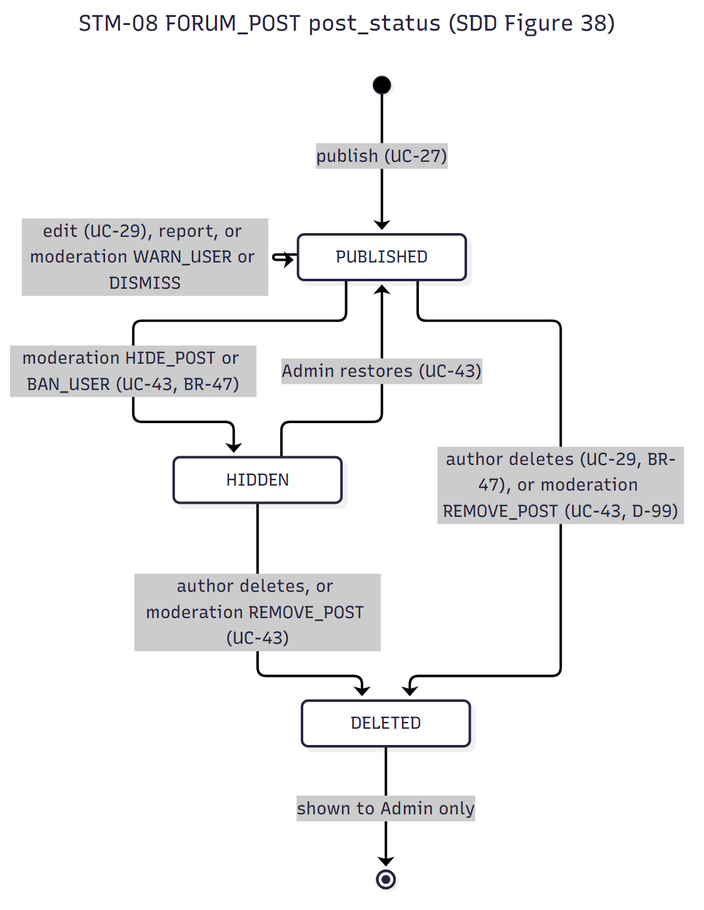
Above: specs/diagrams/state/STM-08_forum_post.png in nguyenluc2411/cryptopilot_project (Mermaid), before the change. Its source is kept beside it as specs/diagrams/state/STM-08_forum_post.mmd. The source it was exported from:
```mermaid
---
title: STM-08 FORUM_POST post_status (SDD Figure 38)
---
stateDiagram-v2
    [*] --> PUBLISHED : publish (UC-27)
    PUBLISHED --> PUBLISHED : edit (UC-29), report, or moderation WARN_USER or DISMISS
    PUBLISHED --> HIDDEN : moderation HIDE_POST or BAN_USER (UC-43, BR-47)
    HIDDEN --> PUBLISHED : Admin restores (UC-43)
    PUBLISHED --> DELETED : author deletes (UC-29, BR-47), or moderation REMOVE_POST (UC-43, D-99)
    HIDDEN --> DELETED : author deletes, or moderation REMOVE_POST (UC-43)
    DELETED --> [*] : shown to Admin only
```
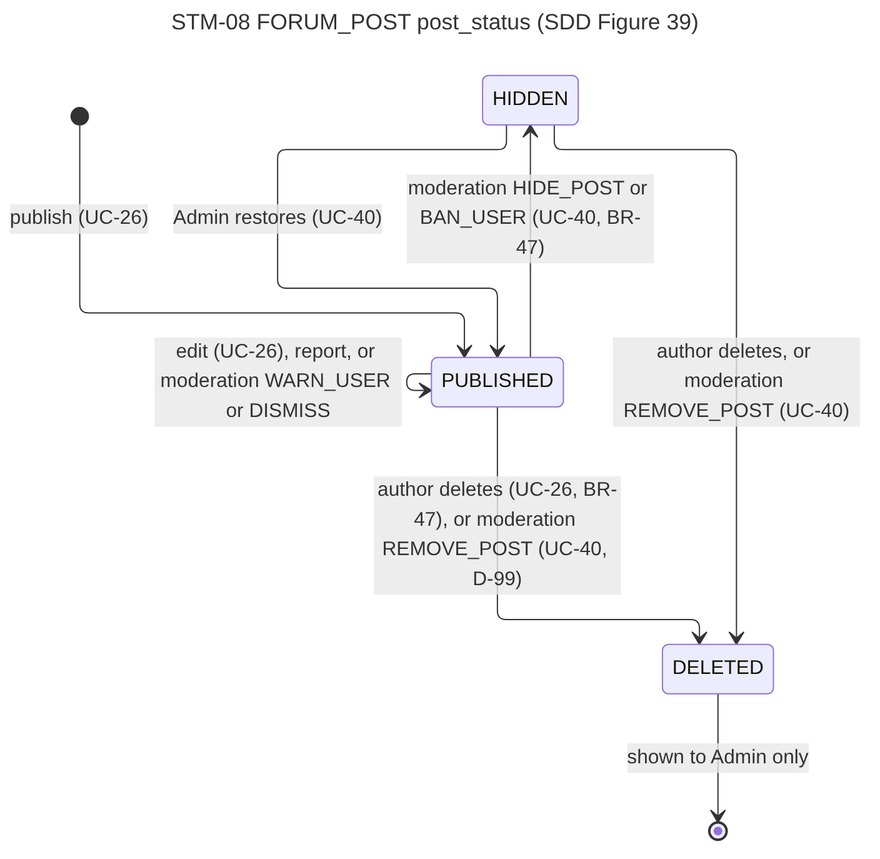
Above is the later version.

What changed in the source:
```diff
@@ -1,11 +1,11 @@
 ---
-title: STM-08 FORUM_POST post_status (SDD Figure 38)
+title: STM-08 FORUM_POST post_status (SDD Figure 39)
 ---
 stateDiagram-v2
-    [*] --> PUBLISHED : publish (UC-27)
-    PUBLISHED --> PUBLISHED : edit (UC-29), report, or moderation WARN_USER or DISMISS
-    PUBLISHED --> HIDDEN : moderation HIDE_POST or BAN_USER (UC-43, BR-47)
-    HIDDEN --> PUBLISHED : Admin restores (UC-43)
-    PUBLISHED --> DELETED : author deletes (UC-29, BR-47), or moderation REMOVE_POST (UC-43, D-99)
-    HIDDEN --> DELETED : author deletes, or moderation REMOVE_POST (UC-43)
+    [*] --> PUBLISHED : publish (UC-26)
+    PUBLISHED --> PUBLISHED : edit (UC-26), report, or moderation WARN_USER or DISMISS
+    PUBLISHED --> HIDDEN : moderation HIDE_POST or BAN_USER (UC-40, BR-47)
+    HIDDEN --> PUBLISHED : Admin restores (UC-40)
+    PUBLISHED --> DELETED : author deletes (UC-26, BR-47), or moderation REMOVE_POST (UC-40, D-99)
+    HIDDEN --> DELETED : author deletes, or moderation REMOVE_POST (UC-40)
     DELETED --> [*] : shown to Admin only
```
